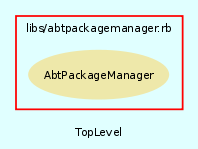
Before: src/trunk/doc/dot/f_1.png, a diagram exported from Graphviz (eschabell/abtlinux). Its source is kept beside it as src/trunk/doc/dot/f_1.dot.
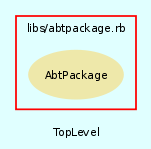
Above is the later version.

What changed in the source:
```diff
@@ -13,14 +13,14 @@
     subgraph cluster_2 {
         fontname = Arial
         color = red
-        label = "libs/abtpackagemanager.rb"
-        AbtPackageManager [
+        label = "libs/abtpackage.rb"
+        AbtPackage [
             fontcolor = black,
-            URL = "classes/AbtPackageManager.html",
+            URL = "classes/AbtPackage.html",
             shape = ellipse,
             color = palegoldenrod,
             style = filled,
-            label = "AbtPackageManager"
+            label = "AbtPackage"
         ]
 
     }
```
